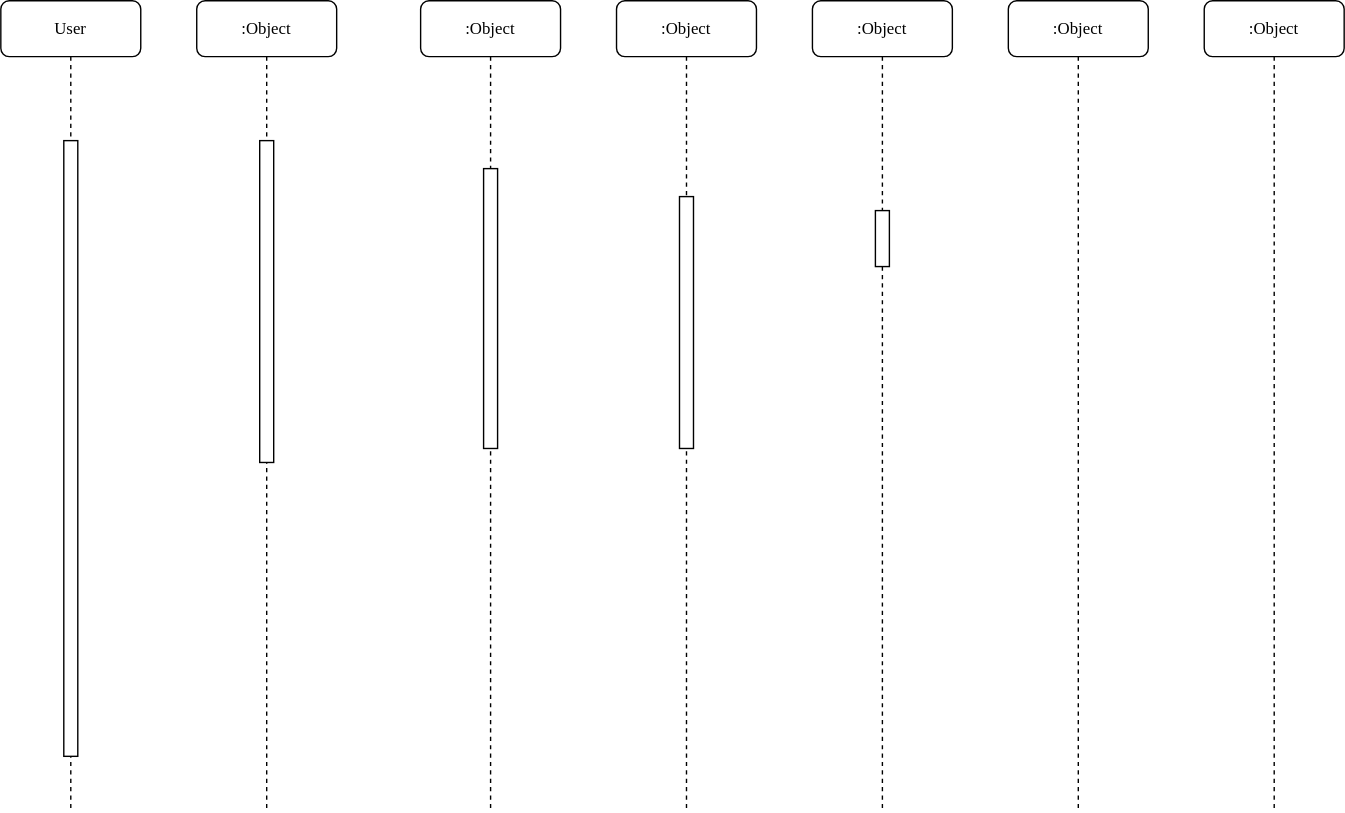
The draw.io diagram UML Dynamic model.svg in TimeBandit2k/SixFeetPlease, before a commit. Source tidied: cells renumbered, new cells last; positions are measured from the earlier drawing's top-left corner, leaving out a move shared by most shapes.
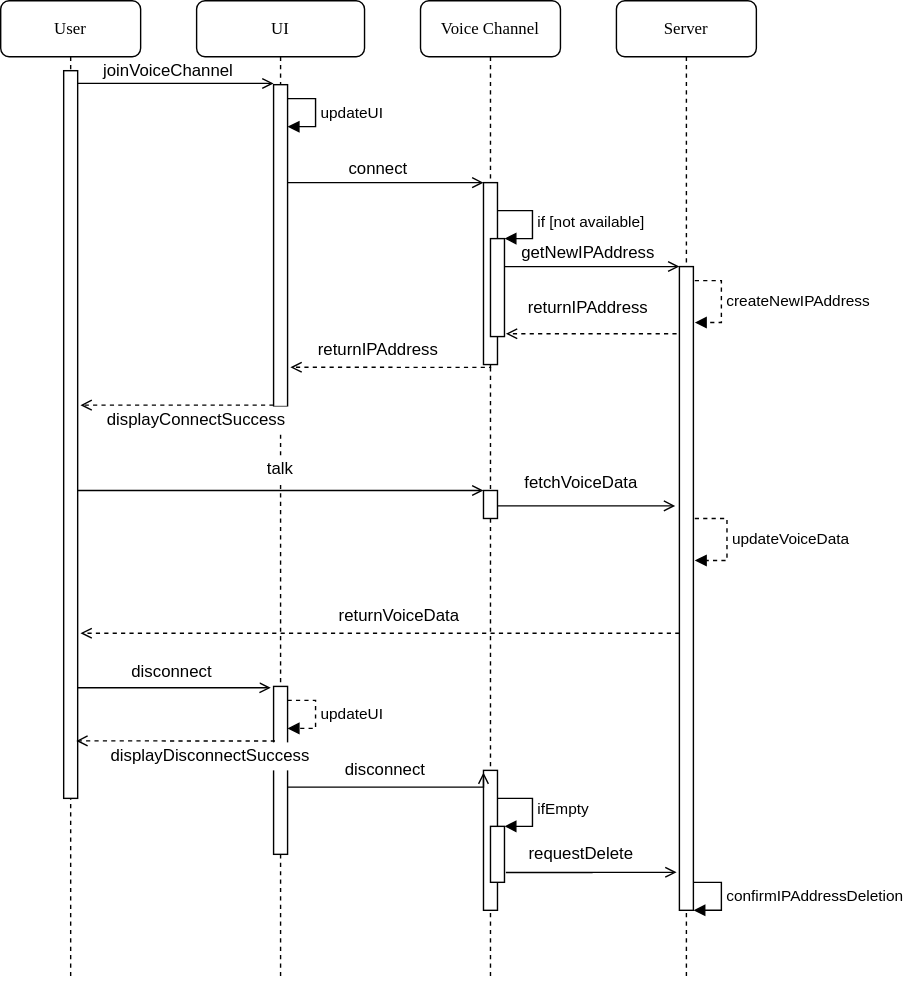
After the change.

Commit message:
UML Dynamic model (Voice Channel Activity).svg

Change to the diagram source:
```diff
@@ -2,41 +2,246 @@
   <root>
     <mxCell id="0" />
     <mxCell id="1" parent="0" />
-    <mxCell id="2" value=":Object" style="shape=umlLifeline;perimeter=lifelinePerimeter;whiteSpace=wrap;html=1;rounded=1;shadow=0;comic=0;labelBackgroundColor=none;strokeWidth=1;fontFamily=Verdana;fontSize=12;align=center;" parent="1" vertex="1">
-      <mxGeometry x="140" width="100" height="580" as="geometry" />
+    <mxCell id="2" value="UI" style="shape=umlLifeline;perimeter=lifelinePerimeter;whiteSpace=wrap;html=1;rounded=1;shadow=0;comic=0;labelBackgroundColor=none;strokeWidth=1;fontFamily=Verdana;fontSize=12;align=center;" parent="1" vertex="1">
+      <mxGeometry x="140" width="120" height="700" as="geometry" />
     </mxCell>
     <mxCell id="3" style="html=1;points=[];perimeter=orthogonalPerimeter;rounded=0;shadow=0;comic=0;labelBackgroundColor=none;strokeWidth=1;fontFamily=Verdana;fontSize=12;align=center;" parent="2" vertex="1">
-      <mxGeometry x="45" y="100" width="10" height="230" as="geometry" />
+      <mxGeometry x="55" y="60" width="10" height="230" as="geometry" />
     </mxCell>
+    <mxCell id="14" value="updateUI" style="edgeStyle=orthogonalEdgeStyle;html=1;align=left;spacingLeft=2;endArrow=block;rounded=0;entryX=1;entryY=0;" parent="2" edge="1">
+      <mxGeometry relative="1" as="geometry">
+        <mxPoint x="65" y="70" as="sourcePoint" />
+        <mxPoint x="65" y="90" as="targetPoint" />
+        <Array as="points">
+          <mxPoint x="85" y="70" />
+        </Array>
+      </mxGeometry>
+    </mxCell>
+    <mxCell id="15" value="talk" style="text;html=1;align=center;verticalAlign=middle;whiteSpace=wrap;rounded=0;fillColor=#ffffff;" parent="2" vertex="1">
+      <mxGeometry x="45" y="325" width="30" height="20" as="geometry" />
+    </mxCell>
+    <mxCell id="16" style="html=1;points=[];perimeter=orthogonalPerimeter;rounded=0;shadow=0;comic=0;labelBackgroundColor=none;strokeWidth=1;fontFamily=Verdana;fontSize=12;align=center;" parent="2" vertex="1">
+      <mxGeometry x="55" y="490" width="10" height="120" as="geometry" />
+    </mxCell>
+    <mxCell id="17" value="updateUI" style="edgeStyle=orthogonalEdgeStyle;html=1;align=left;spacingLeft=2;endArrow=block;rounded=0;entryX=1;entryY=0;dashed=1;" parent="2" edge="1">
+      <mxGeometry relative="1" as="geometry">
+        <mxPoint x="65" y="500" as="sourcePoint" />
+        <mxPoint x="65" y="520" as="targetPoint" />
+        <Array as="points">
+          <mxPoint x="85" y="500" />
+        </Array>
+      </mxGeometry>
+    </mxCell>
-    <mxCell id="4" value=":Object" style="shape=umlLifeline;perimeter=lifelinePerimeter;whiteSpace=wrap;html=1;rounded=1;shadow=0;comic=0;labelBackgroundColor=none;strokeWidth=1;fontFamily=Verdana;fontSize=12;align=center;" parent="1" vertex="1">
-      <mxGeometry x="300" width="100" height="580" as="geometry" />
+    <mxCell id="4" value="Voice Channel" style="shape=umlLifeline;perimeter=lifelinePerimeter;whiteSpace=wrap;html=1;rounded=1;shadow=0;comic=0;labelBackgroundColor=none;strokeWidth=1;fontFamily=Verdana;fontSize=12;align=center;" parent="1" vertex="1">
+      <mxGeometry x="300" width="100" height="700" as="geometry" />
     </mxCell>
     <mxCell id="5" style="html=1;points=[];perimeter=orthogonalPerimeter;rounded=0;shadow=0;comic=0;labelBackgroundColor=none;strokeWidth=1;fontFamily=Verdana;fontSize=12;align=center;" parent="4" vertex="1">
-      <mxGeometry x="45" y="120" width="10" height="200" as="geometry" />
+      <mxGeometry x="45" y="130" width="10" height="130" as="geometry" />
     </mxCell>
+    <mxCell id="18" style="html=1;points=[];perimeter=orthogonalPerimeter;" parent="4" vertex="1">
+      <mxGeometry x="50" y="170" width="10" height="70" as="geometry" />
+    </mxCell>
+    <mxCell id="19" value="if [not available]" style="edgeStyle=orthogonalEdgeStyle;html=1;align=left;spacingLeft=2;endArrow=block;rounded=0;entryX=1;entryY=0;" parent="4" edge="1" target="18">
+      <mxGeometry relative="1" as="geometry">
+        <mxPoint x="55" y="150" as="sourcePoint" />
+        <Array as="points">
+          <mxPoint x="80" y="150" />
+        </Array>
+      </mxGeometry>
+    </mxCell>
+    <mxCell id="20" style="html=1;points=[];perimeter=orthogonalPerimeter;rounded=0;shadow=0;comic=0;labelBackgroundColor=none;strokeWidth=1;fontFamily=Verdana;fontSize=12;align=center;" parent="4" vertex="1">
+      <mxGeometry x="45" y="350" width="10" height="20" as="geometry" />
+    </mxCell>
+    <mxCell id="21" style="html=1;points=[];perimeter=orthogonalPerimeter;rounded=0;shadow=0;comic=0;labelBackgroundColor=none;strokeWidth=1;fontFamily=Verdana;fontSize=12;align=center;" parent="4" vertex="1">
+      <mxGeometry x="45" y="550" width="10" height="100" as="geometry" />
+    </mxCell>
-    <mxCell id="6" value=":Object" style="shape=umlLifeline;perimeter=lifelinePerimeter;whiteSpace=wrap;html=1;rounded=1;shadow=0;comic=0;labelBackgroundColor=none;strokeWidth=1;fontFamily=Verdana;fontSize=12;align=center;" parent="1" vertex="1">
-      <mxGeometry x="440" width="100" height="580" as="geometry" />
+    <mxCell id="6" value="Server" style="shape=umlLifeline;perimeter=lifelinePerimeter;whiteSpace=wrap;html=1;rounded=1;shadow=0;comic=0;labelBackgroundColor=none;strokeWidth=1;fontFamily=Verdana;fontSize=12;align=center;" parent="1" vertex="1">
+      <mxGeometry x="440" width="100" height="700" as="geometry" />
     </mxCell>
-    <mxCell id="7" value=":Object" style="shape=umlLifeline;perimeter=lifelinePerimeter;whiteSpace=wrap;html=1;rounded=1;shadow=0;comic=0;labelBackgroundColor=none;strokeWidth=1;fontFamily=Verdana;fontSize=12;align=center;" parent="1" vertex="1">
-      <mxGeometry x="580" width="100" height="580" as="geometry" />
-    </mxCell>
-    <mxCell id="8" value=":Object" style="shape=umlLifeline;perimeter=lifelinePerimeter;whiteSpace=wrap;html=1;rounded=1;shadow=0;comic=0;labelBackgroundColor=none;strokeWidth=1;fontFamily=Verdana;fontSize=12;align=center;" parent="1" vertex="1">
-      <mxGeometry x="720" width="100" height="580" as="geometry" />
-    </mxCell>
-    <mxCell id="9" value=":Object" style="shape=umlLifeline;perimeter=lifelinePerimeter;whiteSpace=wrap;html=1;rounded=1;shadow=0;comic=0;labelBackgroundColor=none;strokeWidth=1;fontFamily=Verdana;fontSize=12;align=center;" parent="1" vertex="1">
-      <mxGeometry x="860" width="100" height="580" as="geometry" />
-    </mxCell>
+    <mxCell id="12" style="html=1;points=[];perimeter=orthogonalPerimeter;rounded=0;shadow=0;comic=0;labelBackgroundColor=none;strokeWidth=1;fontFamily=Verdana;fontSize=12;align=center;" parent="6" vertex="1">
+      <mxGeometry x="45" y="190" width="10" height="460" as="geometry" />
+    </mxCell>
+    <mxCell id="22" value="createNewIPAddress" style="edgeStyle=orthogonalEdgeStyle;html=1;align=left;spacingLeft=2;endArrow=block;rounded=0;dashed=1;" parent="6" edge="1">
+      <mxGeometry relative="1" as="geometry">
+        <mxPoint x="56" y="200" as="sourcePoint" />
+        <mxPoint x="56" y="230" as="targetPoint" />
+        <Array as="points">
+          <mxPoint x="75" y="200" />
+          <mxPoint x="75" y="230" />
+          <mxPoint x="56" y="230" />
+        </Array>
+      </mxGeometry>
+    </mxCell>
+    <mxCell id="23" value="updateVoiceData" style="edgeStyle=orthogonalEdgeStyle;html=1;align=left;spacingLeft=2;endArrow=block;rounded=0;dashed=1;" parent="6" edge="1">
+      <mxGeometry relative="1" as="geometry">
+        <mxPoint x="56" y="370" as="sourcePoint" />
+        <mxPoint x="56" y="400" as="targetPoint" />
+        <Array as="points">
+          <mxPoint x="79" y="370" />
+          <mxPoint x="79" y="400" />
+        </Array>
+      </mxGeometry>
+    </mxCell>
+    <mxCell id="24" value="confirmIPAddressDeletion" style="edgeStyle=orthogonalEdgeStyle;html=1;align=left;spacingLeft=2;endArrow=block;rounded=0;entryX=1;entryY=0;" parent="6" edge="1">
+      <mxGeometry relative="1" as="geometry">
+        <mxPoint x="55" y="630" as="sourcePoint" />
+        <mxPoint x="55" y="650" as="targetPoint" />
+        <Array as="points">
+          <mxPoint x="75" y="630" />
+        </Array>
+      </mxGeometry>
+    </mxCell>
     <mxCell id="10" value="User" style="shape=umlLifeline;perimeter=lifelinePerimeter;whiteSpace=wrap;html=1;rounded=1;shadow=0;comic=0;labelBackgroundColor=none;strokeWidth=1;fontFamily=Verdana;fontSize=12;align=center;" parent="1" vertex="1">
-      <mxGeometry width="100" height="580" as="geometry" />
+      <mxGeometry width="100" height="700" as="geometry" />
     </mxCell>
     <mxCell id="11" style="html=1;points=[];perimeter=orthogonalPerimeter;rounded=0;shadow=0;comic=0;labelBackgroundColor=none;strokeWidth=1;fontFamily=Verdana;fontSize=12;align=center;" parent="10" vertex="1">
-      <mxGeometry x="45" y="100" width="10" height="440" as="geometry" />
+      <mxGeometry x="45" y="50" width="10" height="520" as="geometry" />
     </mxCell>
-    <mxCell id="12" style="html=1;points=[];perimeter=orthogonalPerimeter;rounded=0;shadow=0;comic=0;labelBackgroundColor=none;strokeWidth=1;fontFamily=Verdana;fontSize=12;align=center;" parent="1" vertex="1">
-      <mxGeometry x="485" y="140" width="10" height="180" as="geometry" />
-    </mxCell>
-    <mxCell id="13" style="html=1;perimeter=orthogonalPerimeter;rounded=0;shadow=0;comic=0;labelBackgroundColor=none;strokeWidth=1;fontFamily=Verdana;fontSize=12;align=center;" parent="1" vertex="1">
-      <mxGeometry x="625" y="150" width="10" height="40" as="geometry" />
-    </mxCell>
+    <mxCell id="25" style="edgeStyle=orthogonalEdgeStyle;rounded=0;jettySize=auto;html=1;endArrow=open;endFill=0;entryX=0;entryY=-0.004;entryDx=0;entryDy=0;entryPerimeter=0;" parent="1" edge="1" source="11" target="3">
+      <mxGeometry relative="1" as="geometry">
+        <Array as="points">
+          <mxPoint x="170" y="60" />
+        </Array>
+      </mxGeometry>
+    </mxCell>
+    <mxCell id="26" value="joinVoiceChannel" style="text;html=1;strokeColor=none;fillColor=none;align=center;verticalAlign=middle;whiteSpace=wrap;rounded=0;" parent="1" vertex="1">
+      <mxGeometry x="60" y="40" width="120" height="20" as="geometry" />
+    </mxCell>
+    <mxCell id="27" style="edgeStyle=orthogonalEdgeStyle;rounded=0;jettySize=auto;html=1;endArrow=open;endFill=0;" parent="1" edge="1" source="3">
+      <mxGeometry relative="1" as="geometry">
+        <mxPoint x="345" y="130" as="targetPoint" />
+        <Array as="points">
+          <mxPoint x="230" y="130" />
+          <mxPoint x="230" y="130" />
+        </Array>
+      </mxGeometry>
+    </mxCell>
+    <mxCell id="28" value="connect" style="text;html=1;strokeColor=none;fillColor=none;align=center;verticalAlign=middle;whiteSpace=wrap;rounded=0;" parent="1" vertex="1">
+      <mxGeometry x="210" y="110" width="120" height="20" as="geometry" />
+    </mxCell>
+    <mxCell id="29" style="edgeStyle=orthogonalEdgeStyle;rounded=0;jettySize=auto;html=1;endArrow=open;endFill=0;" parent="1" edge="1" source="18">
+      <mxGeometry relative="1" as="geometry">
+        <mxPoint x="485" y="190" as="targetPoint" />
+        <Array as="points">
+          <mxPoint x="390" y="190" />
+          <mxPoint x="390" y="190" />
+        </Array>
+      </mxGeometry>
+    </mxCell>
+    <mxCell id="30" value="getNewIPAddress" style="text;html=1;strokeColor=none;fillColor=none;align=center;verticalAlign=middle;whiteSpace=wrap;rounded=0;" parent="1" vertex="1">
+      <mxGeometry x="360" y="170" width="120" height="20" as="geometry" />
+    </mxCell>
+    <mxCell id="31" style="edgeStyle=orthogonalEdgeStyle;rounded=0;jettySize=auto;html=1;entryX=1.1;entryY=0.971;entryDx=0;entryDy=0;entryPerimeter=0;endArrow=open;endFill=0;dashed=1;" parent="1" edge="1" target="18">
+      <mxGeometry relative="1" as="geometry">
+        <mxPoint x="483" y="238" as="sourcePoint" />
+      </mxGeometry>
+    </mxCell>
+    <mxCell id="32" value="returnIPAddress" style="text;html=1;strokeColor=none;fillColor=none;align=center;verticalAlign=middle;whiteSpace=wrap;rounded=0;" parent="1" vertex="1">
+      <mxGeometry x="360" y="210" width="120" height="20" as="geometry" />
+    </mxCell>
+    <mxCell id="33" style="edgeStyle=orthogonalEdgeStyle;rounded=0;jettySize=auto;html=1;entryX=1.2;entryY=0.878;entryDx=0;entryDy=0;entryPerimeter=0;dashed=1;endArrow=open;endFill=0;" parent="1" edge="1" source="5" target="3">
+      <mxGeometry relative="1" as="geometry">
+        <Array as="points">
+          <mxPoint x="320" y="262" />
+          <mxPoint x="320" y="262" />
+        </Array>
+      </mxGeometry>
+    </mxCell>
+    <mxCell id="34" value="returnIPAddress" style="text;html=1;strokeColor=none;fillColor=none;align=center;verticalAlign=middle;whiteSpace=wrap;rounded=0;" parent="1" vertex="1">
+      <mxGeometry x="210" y="240" width="120" height="20" as="geometry" />
+    </mxCell>
+    <mxCell id="35" style="edgeStyle=orthogonalEdgeStyle;rounded=0;jettySize=auto;html=1;dashed=1;endArrow=open;endFill=0;" parent="1" edge="1" source="3">
+      <mxGeometry relative="1" as="geometry">
+        <mxPoint x="57" y="289" as="targetPoint" />
+        <Array as="points">
+          <mxPoint x="150" y="289" />
+          <mxPoint x="150" y="289" />
+        </Array>
+      </mxGeometry>
+    </mxCell>
+    <mxCell id="36" value="displayConnectSuccess" style="text;html=1;align=center;verticalAlign=middle;whiteSpace=wrap;rounded=0;fillColor=#ffffff;" parent="1" vertex="1">
+      <mxGeometry x="70" y="290" width="140" height="20" as="geometry" />
+    </mxCell>
+    <mxCell id="37" style="edgeStyle=orthogonalEdgeStyle;rounded=0;jettySize=auto;html=1;entryX=0;entryY=0;entryDx=0;entryDy=0;entryPerimeter=0;endArrow=open;endFill=0;" parent="1" edge="1" source="11" target="20">
+      <mxGeometry relative="1" as="geometry">
+        <Array as="points">
+          <mxPoint x="260" y="350" />
+          <mxPoint x="260" y="350" />
+        </Array>
+      </mxGeometry>
+    </mxCell>
+    <mxCell id="38" style="edgeStyle=orthogonalEdgeStyle;rounded=0;jettySize=auto;html=1;endArrow=open;endFill=0;" parent="1" edge="1" source="20">
+      <mxGeometry relative="1" as="geometry">
+        <mxPoint x="482" y="361" as="targetPoint" />
+        <Array as="points">
+          <mxPoint x="390" y="361" />
+          <mxPoint x="390" y="361" />
+        </Array>
+      </mxGeometry>
+    </mxCell>
+    <mxCell id="39" value="fetchVoiceData" style="text;html=1;align=center;verticalAlign=middle;whiteSpace=wrap;rounded=0;fillColor=#ffffff;" parent="1" vertex="1">
+      <mxGeometry x="380" y="335" width="70" height="20" as="geometry" />
+    </mxCell>
+    <mxCell id="40" style="edgeStyle=orthogonalEdgeStyle;rounded=0;jettySize=auto;html=1;entryX=1.2;entryY=0.773;entryDx=0;entryDy=0;entryPerimeter=0;dashed=1;endArrow=open;endFill=0;" parent="1" edge="1" source="12" target="11">
+      <mxGeometry relative="1" as="geometry">
+        <Array as="points">
+          <mxPoint x="450" y="452" />
+          <mxPoint x="450" y="452" />
+        </Array>
+      </mxGeometry>
+    </mxCell>
+    <mxCell id="41" value="returnVoiceData" style="text;html=1;align=center;verticalAlign=middle;whiteSpace=wrap;rounded=0;fillColor=#ffffff;" parent="1" vertex="1">
+      <mxGeometry x="250" y="430" width="70" height="20" as="geometry" />
+    </mxCell>
+    <mxCell id="42" style="edgeStyle=orthogonalEdgeStyle;rounded=0;jettySize=auto;html=1;entryX=-0.2;entryY=0.008;entryDx=0;entryDy=0;entryPerimeter=0;endArrow=open;endFill=0;" parent="1" edge="1" source="11" target="16">
+      <mxGeometry relative="1" as="geometry">
+        <Array as="points">
+          <mxPoint x="120" y="491" />
+          <mxPoint x="120" y="491" />
+        </Array>
+      </mxGeometry>
+    </mxCell>
+    <mxCell id="43" value="disconnect" style="text;html=1;align=center;verticalAlign=middle;whiteSpace=wrap;rounded=0;fillColor=#ffffff;" parent="1" vertex="1">
+      <mxGeometry x="60" y="470" width="125" height="20" as="geometry" />
+    </mxCell>
+    <mxCell id="44" style="edgeStyle=orthogonalEdgeStyle;rounded=0;jettySize=auto;html=1;entryX=0.9;entryY=0.921;entryDx=0;entryDy=0;entryPerimeter=0;endArrow=open;endFill=0;dashed=1;" parent="1" edge="1" target="11">
+      <mxGeometry relative="1" as="geometry">
+        <mxPoint x="196" y="529" as="sourcePoint" />
+        <Array as="points">
+          <mxPoint x="196" y="529" />
+        </Array>
+      </mxGeometry>
+    </mxCell>
+    <mxCell id="45" value="displayDisconnectSuccess" style="text;html=1;align=center;verticalAlign=middle;whiteSpace=wrap;rounded=0;fillColor=#ffffff;" parent="1" vertex="1">
+      <mxGeometry x="70" y="530" width="160" height="20" as="geometry" />
+    </mxCell>
+    <mxCell id="46" style="edgeStyle=orthogonalEdgeStyle;rounded=0;jettySize=auto;html=1;entryX=0;entryY=0.015;entryDx=0;entryDy=0;entryPerimeter=0;endArrow=open;endFill=0;" parent="1" edge="1" source="16" target="21">
+      <mxGeometry relative="1" as="geometry">
+        <Array as="points">
+          <mxPoint x="230" y="562" />
+          <mxPoint x="230" y="562" />
+        </Array>
+      </mxGeometry>
+    </mxCell>
+    <mxCell id="47" value="disconnect" style="text;html=1;align=center;verticalAlign=middle;whiteSpace=wrap;rounded=0;fillColor=#ffffff;" parent="1" vertex="1">
+      <mxGeometry x="230" y="540" width="90" height="20" as="geometry" />
+    </mxCell>
+    <mxCell id="48" style="edgeStyle=orthogonalEdgeStyle;rounded=0;jettySize=auto;html=1;entryX=-0.2;entryY=0.941;entryDx=0;entryDy=0;entryPerimeter=0;endArrow=open;endFill=0;exitX=1.1;exitY=0.825;exitDx=0;exitDy=0;exitPerimeter=0;" parent="1" edge="1" source="49" target="12">
+      <mxGeometry relative="1" as="geometry" />
+    </mxCell>
+    <mxCell id="49" style="html=1;points=[];perimeter=orthogonalPerimeter;fillColor=#ffffff;gradientColor=#ffffff;" parent="1" vertex="1">
+      <mxGeometry x="350" y="590" width="10" height="40" as="geometry" />
+    </mxCell>
+    <mxCell id="50" value="ifEmpty" style="edgeStyle=orthogonalEdgeStyle;html=1;align=left;spacingLeft=2;endArrow=block;rounded=0;entryX=1;entryY=0;" parent="1" edge="1" target="49">
+      <mxGeometry relative="1" as="geometry">
+        <mxPoint x="355" y="570" as="sourcePoint" />
+        <Array as="points">
+          <mxPoint x="380" y="570" />
+        </Array>
+      </mxGeometry>
+    </mxCell>
+    <mxCell id="51" value="requestDelete" style="text;html=1;align=center;verticalAlign=middle;whiteSpace=wrap;rounded=0;fillColor=#ffffff;" parent="1" vertex="1">
+      <mxGeometry x="375" y="600" width="80" height="20" as="geometry" />
+    </mxCell>
   </root>
 </mxGraphModel>
```
